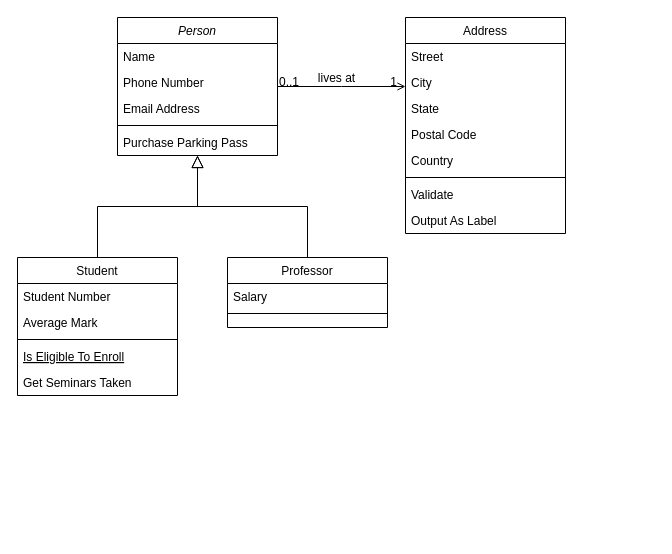
This is Untitled Diagram.drawio from Filcoel/DrawIO, a draw.io file, before an edit. Source tidied: cells renumbered, new cells numbered last; positions are measured from the earlier drawing's top-left corner, leaving out a move shared by most shapes. Both pictures are drawn from the tidied source at 100%, with x=0, y=0 at pixel (17, 17).
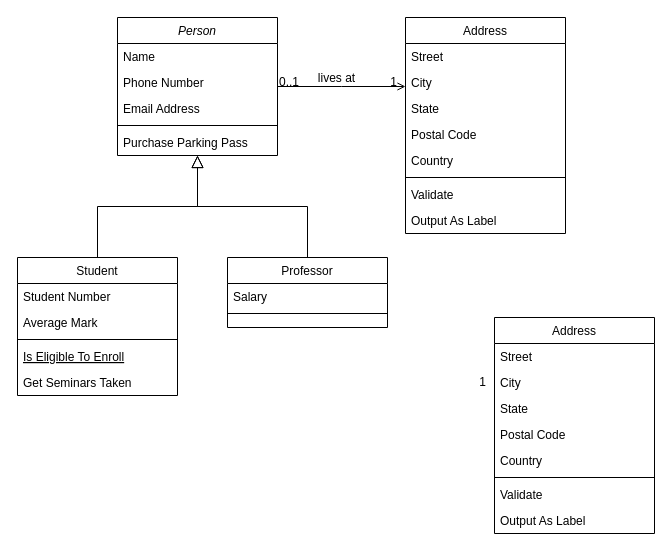
After the change.

The edit, as a diff of the source:
```diff
@@
+    <mxCell id="32" value="Address" style="swimlane;fontStyle=0;align=center;verticalAlign=top;horizontal=1;startSize=26;rounded=0;shadow=0;strokeWidth=1;" parent="1" vertex="1">
+      <mxGeometry x="477" y="300" width="160" height="216" as="geometry" />
+    </mxCell>
+    <mxCell id="33" value="Street" style="text;align=left;verticalAlign=top;spacingLeft=4;spacingRight=4;overflow=hidden;" parent="32" vertex="1">
+      <mxGeometry y="26" width="160" height="26" as="geometry" />
+    </mxCell>
+    <mxCell id="34" value="City" style="text;align=left;verticalAlign=top;spacingLeft=4;spacingRight=4;overflow=hidden;rounded=0;shadow=0;html=0;" parent="32" vertex="1">
+      <mxGeometry y="52" width="160" height="26" as="geometry" />
+    </mxCell>
+    <mxCell id="35" value="State" style="text;align=left;verticalAlign=top;spacingLeft=4;spacingRight=4;overflow=hidden;rounded=0;shadow=0;html=0;" parent="32" vertex="1">
+      <mxGeometry y="78" width="160" height="26" as="geometry" />
+    </mxCell>
+    <mxCell id="36" value="Postal Code" style="text;align=left;verticalAlign=top;spacingLeft=4;spacingRight=4;overflow=hidden;rounded=0;shadow=0;html=0;" parent="32" vertex="1">
+      <mxGeometry y="104" width="160" height="26" as="geometry" />
+    </mxCell>
+    <mxCell id="37" value="Country" style="text;align=left;verticalAlign=top;spacingLeft=4;spacingRight=4;overflow=hidden;rounded=0;shadow=0;html=0;" parent="32" vertex="1">
+      <mxGeometry y="130" width="160" height="26" as="geometry" />
+    </mxCell>
+    <mxCell id="38" style="line;html=1;strokeWidth=1;align=left;verticalAlign=middle;spacingTop=-1;spacingLeft=3;spacingRight=3;labelPosition=right;" parent="32" vertex="1">
+      <mxGeometry y="156" width="160" height="8" as="geometry" />
+    </mxCell>
+    <mxCell id="39" value="Validate" style="text;align=left;verticalAlign=top;spacingLeft=4;spacingRight=4;overflow=hidden;" parent="32" vertex="1">
+      <mxGeometry y="164" width="160" height="26" as="geometry" />
+    </mxCell>
+    <mxCell id="40" value="Output As Label" style="text;align=left;verticalAlign=top;spacingLeft=4;spacingRight=4;overflow=hidden;" parent="32" vertex="1">
+      <mxGeometry y="190" width="160" height="26" as="geometry" />
+    </mxCell>
+    <mxCell id="41" value="1" style="align=right;verticalAlign=bottom;labelBackgroundColor=none;fontSize=12;" parent="1" vertex="1">
+      <mxGeometry x="470" y="373" as="geometry" />
+    </mxCell>
```
